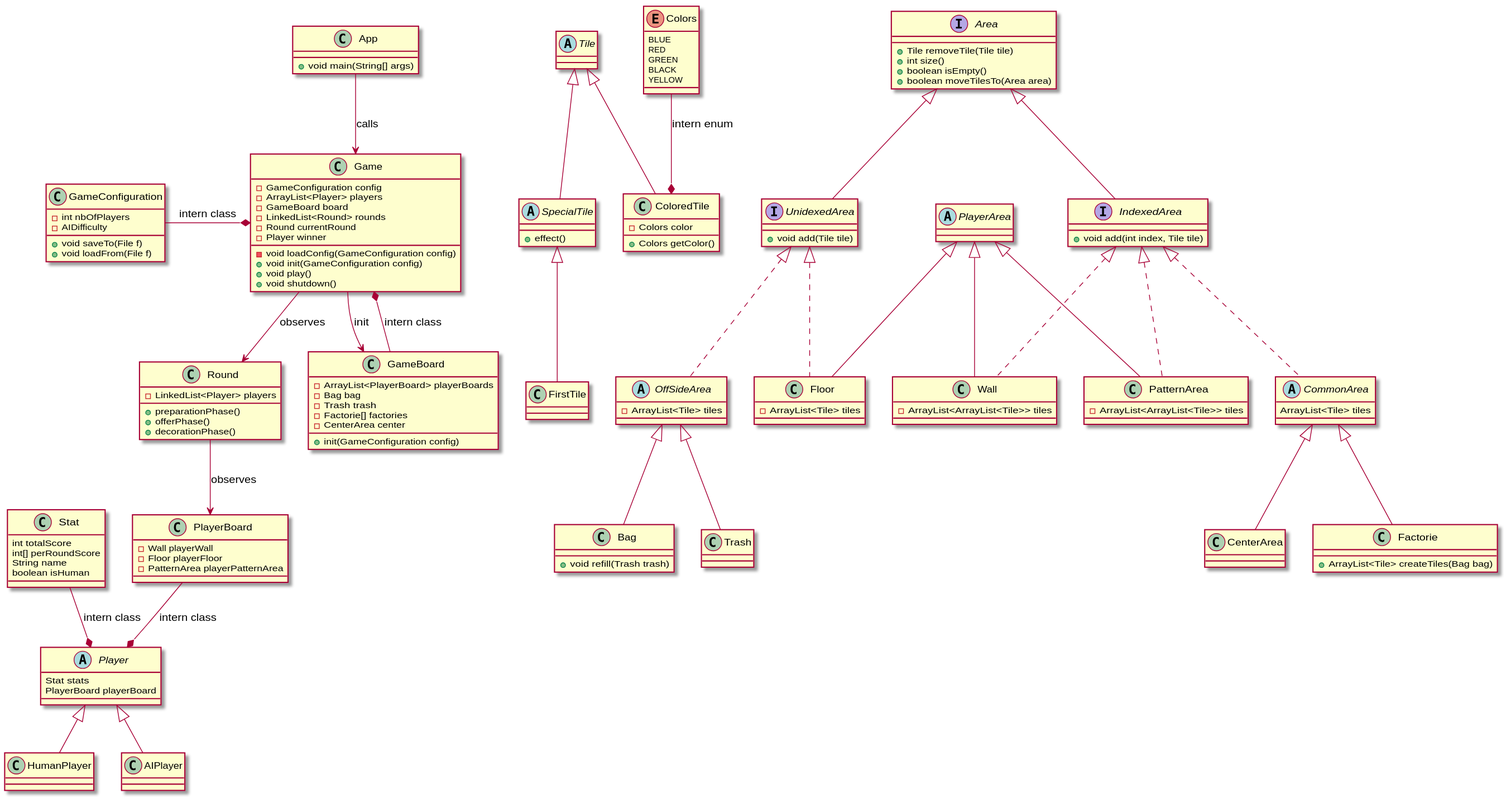
Earlier version of the PlantUML export proj.svg (nsouff/Azul).
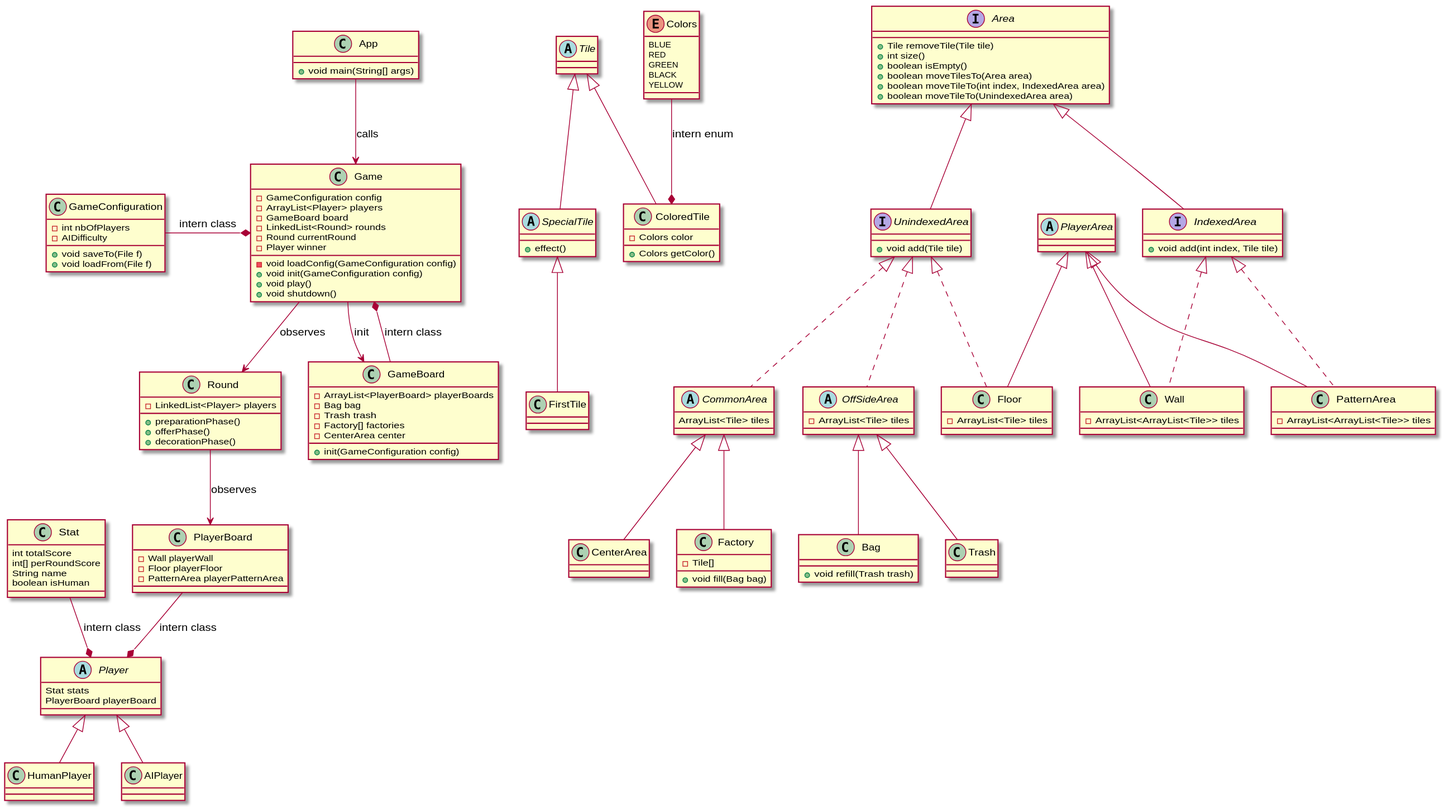
The same diagram one commit later.

Commit message:
Fixes on Area interface

Diff of the diagram source:
```diff
@@ -33,9 +33,11 @@
 	+int size()
 	+boolean isEmpty()
 	+boolean moveTilesTo(Area area)
+	+boolean moveTileTo(int index, IndexedArea area)
+	+boolean moveTileTo(UnindexedArea area)
 }
-Area <|-- UnidexedArea
-interface UnidexedArea {
+Area <|-- UnindexedArea
+interface UnindexedArea {
 	+void add(Tile tile)
 }
 
@@ -44,7 +46,7 @@
 	+void add(int index, Tile tile)
 }
 
-UnidexedArea <|.. OffSideArea
+UnindexedArea <|.. OffSideArea
 abstract class OffSideArea {
 	-ArrayList<Tile> tiles
 }
@@ -58,14 +60,15 @@
 class Trash {
 
 }
-IndexedArea <|.. CommonArea
+UnindexedArea <|.. CommonArea
 abstract class CommonArea {
 	ArrayList<Tile> tiles
 }
 CommonArea <|-- CenterArea
-CommonArea <|-- Factorie
-class Factorie {
-	+ArrayList<Tile> createTiles(Bag bag)
+CommonArea <|-- Factory
+class Factory {
+	-Tile[]
+	+void fill(Bag bag)
 }
 
 abstract class PlayerArea
@@ -76,7 +79,7 @@
 	-ArrayList<ArrayList<Tile>> tiles
 }
 
-UnidexedArea <|.. Floor
+UnindexedArea <|.. Floor
 PlayerArea <|-- Floor
 class Floor {
 	-ArrayList<Tile> tiles
@@ -137,7 +140,7 @@
 	-ArrayList<PlayerBoard> playerBoards
 	-Bag bag
 	-Trash trash
-	-Factorie[] factories
+	-Factory[] factories
 	-CenterArea center
 	+init(GameConfiguration config)
 }
```
